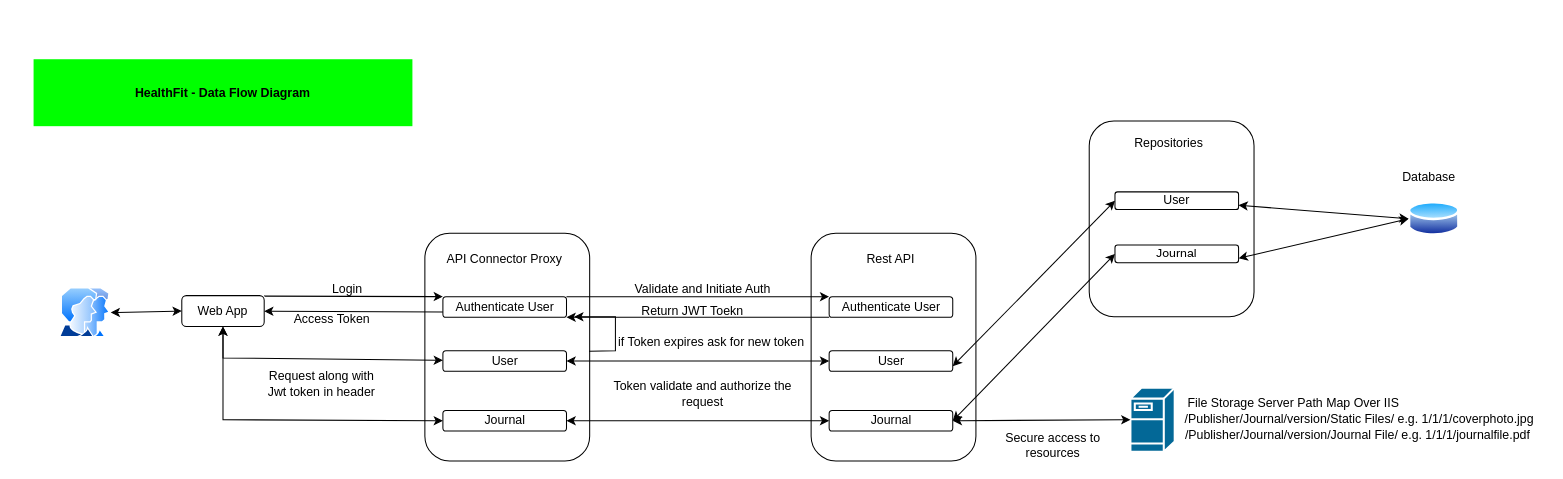
vishalbajad/HealthFit keeps this draw.io diagram as Requirement Documents/HealthFit - Data Flow and Component Interaction.drawio. Above is the earlier version. Source tidied: cells renumbered, new cells numbered last; positions are measured from the earlier drawing's top-left corner, leaving out a move shared by most shapes. Both pictures are drawn from the tidied source at 103%, with x=0, y=0 at pixel (33, 59).
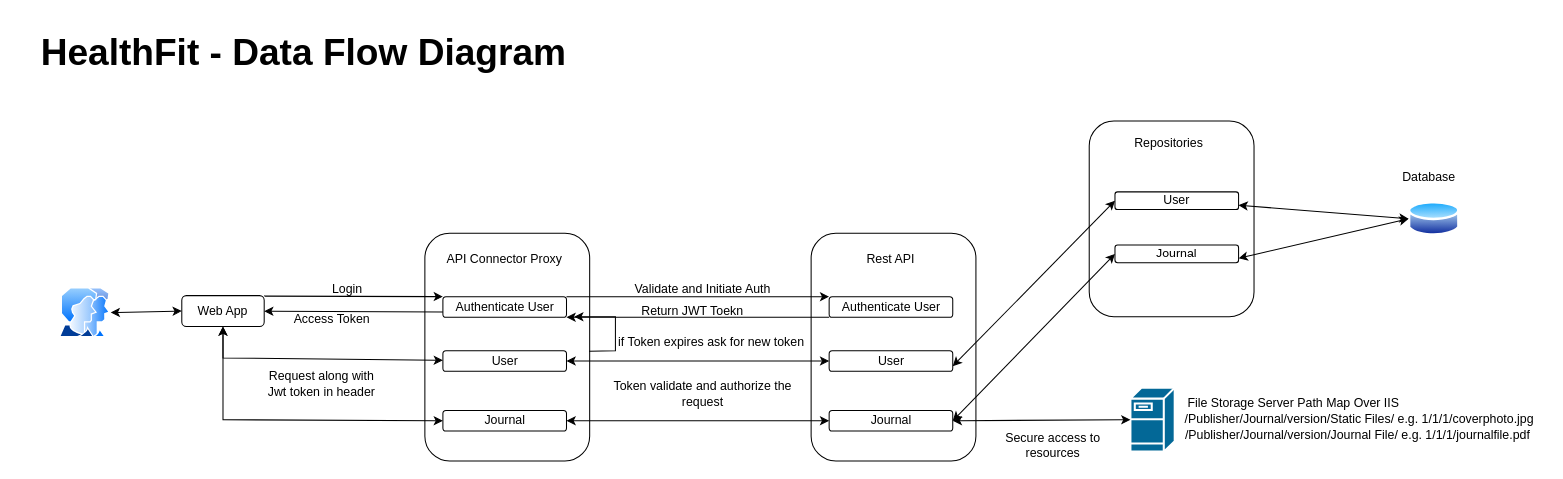
Above is the later version.

What changed in the source:
```diff
@@
-    <mxCell id="49" value="HealthFit - Data Flow Diagram" style="text;html=1;strokeColor=none;fillColor=#00FF00;align=center;verticalAlign=middle;whiteSpace=wrap;rounded=0;fontStyle=1;" parent="1" vertex="1">
-      <mxGeometry x="0.1" width="367.8" height="65" as="geometry" />
+    <mxCell id="49" value="&lt;font style=&quot;font-size: 36px;&quot;&gt;HealthFit - Data Flow Diagram&lt;/font&gt;" style="text;html=1;strokeColor=none;fillColor=none;align=center;verticalAlign=middle;whiteSpace=wrap;rounded=0;fontStyle=1;" parent="1" vertex="1">
+      <mxGeometry x="-15" y="-40" width="554.9" height="65" as="geometry" />
     </mxCell>
```
